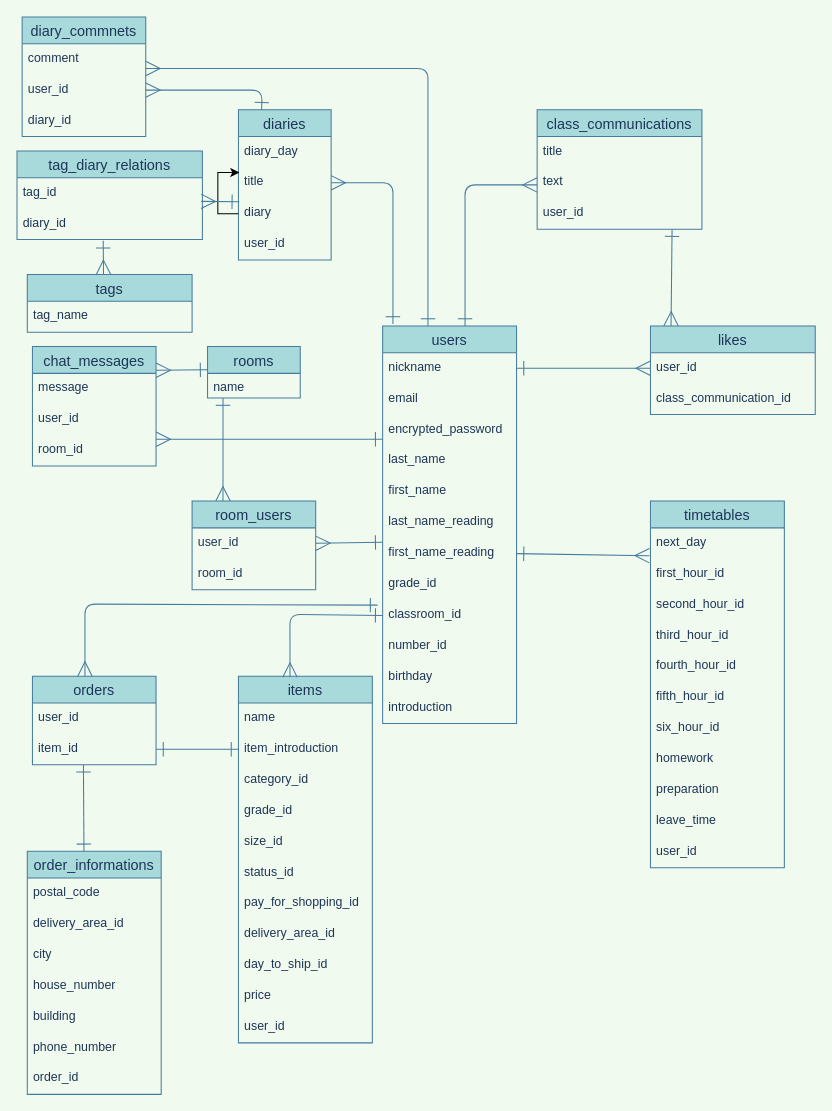
The draw.io diagram ER.dio in hiratatatsujiro/contact_book_app, before the edit. Source tidied: cells renumbered, new cells numbered last; positions are measured from the earlier drawing's top-left corner, leaving out a move shared by most shapes. Both pictures are drawn from the tidied source at 103%, with x=0, y=0 at pixel (16, 16).
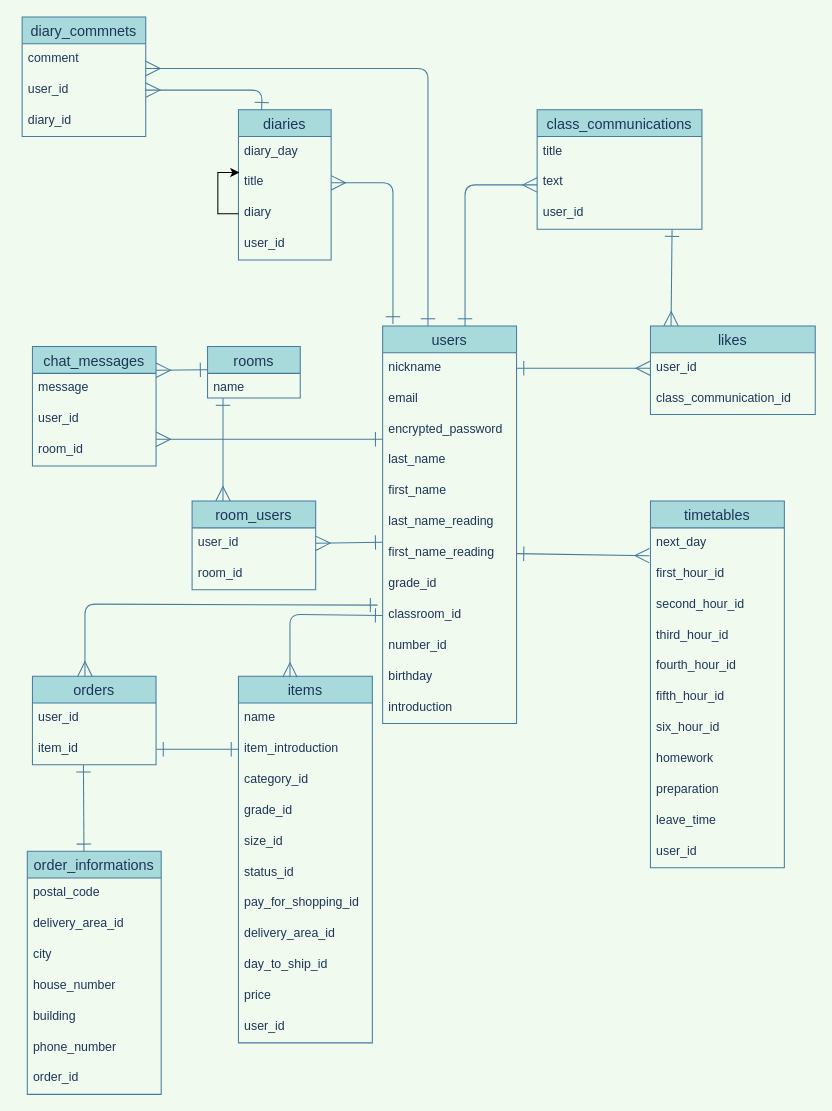
After the change.

Unchanged cells that the change refers to:
```xml
<mxCell id="19" value="diary" style="text;strokeColor=none;fillColor=none;spacingLeft=4;spacingRight=4;overflow=hidden;points=[[0,0.5],[1,0.5]];portConstraint=eastwest;fontSize=12;fontColor=#1D3557;" parent="15" vertex="1">
  <mxGeometry y="86" width="90" height="30" as="geometry" />
</mxCell>
```

What changed in the source:
```diff
@@
-    <mxCell id="64" value="tags" style="swimlane;fontStyle=0;horizontal=1;startSize=26;align=center;fontSize=14;fillColor=#A8DADC;strokeColor=#457B9D;fontColor=#1D3557;" parent="1" vertex="1">
-      <mxGeometry x="10" y="250" width="160" height="56" as="geometry" />
-    </mxCell>
-    <mxCell id="65" value="tag_name" style="text;strokeColor=none;fillColor=none;spacingLeft=4;spacingRight=4;overflow=hidden;fontSize=12;fontColor=#1D3557;" parent="64" vertex="1">
-      <mxGeometry y="26" width="160" height="30" as="geometry" />
-    </mxCell>
-    <mxCell id="66" value="tag_diary_relations" style="swimlane;fontStyle=0;horizontal=1;startSize=26;align=center;fontSize=14;fillColor=#A8DADC;strokeColor=#457B9D;fontColor=#1D3557;" parent="1" vertex="1">
-      <mxGeometry y="130" width="180" height="86" as="geometry" />
-    </mxCell>
-    <mxCell id="67" value="tag_id" style="text;strokeColor=none;fillColor=none;spacingLeft=4;spacingRight=4;overflow=hidden;points=[[0,0.5],[1,0.5]];portConstraint=eastwest;fontSize=12;fontColor=#1D3557;" parent="66" vertex="1">
-      <mxGeometry y="26" width="180" height="30" as="geometry" />
-    </mxCell>
-    <mxCell id="68" value="diary_id" style="text;strokeColor=none;fillColor=none;spacingLeft=4;spacingRight=4;overflow=hidden;points=[[0,0.5],[1,0.5]];portConstraint=eastwest;fontSize=12;fontColor=#1D3557;" parent="66" vertex="1">
-      <mxGeometry y="56" width="180" height="30" as="geometry" />
-    </mxCell>
@@
-    <mxCell id="93" style="edgeStyle=none;rounded=1;sketch=0;jettySize=auto;html=1;fontColor=#1D3557;strokeColor=#457B9D;fillColor=#A8DADC;endArrow=ERmany;endFill=0;endSize=12;startSize=12;startArrow=ERone;startFill=0;exitX=0.009;exitY=0.116;exitDx=0;exitDy=0;exitPerimeter=0;entryX=0.993;entryY=0.767;entryDx=0;entryDy=0;entryPerimeter=0;" parent="1" edge="1" source="19" target="67">
-      <mxGeometry relative="1" as="geometry" />
-    </mxCell>
-    <mxCell id="94" style="edgeStyle=none;rounded=1;sketch=0;jettySize=auto;html=1;fontColor=#1D3557;strokeColor=#457B9D;fillColor=#A8DADC;endArrow=ERone;endFill=0;endSize=12;startSize=12;startArrow=ERmany;startFill=0;entryX=0.465;entryY=1.044;entryDx=0;entryDy=0;entryPerimeter=0;" parent="1" edge="1" target="68">
-      <mxGeometry relative="1" as="geometry">
-        <mxPoint x="84" y="250" as="sourcePoint" />
-      </mxGeometry>
-    </mxCell>
```
